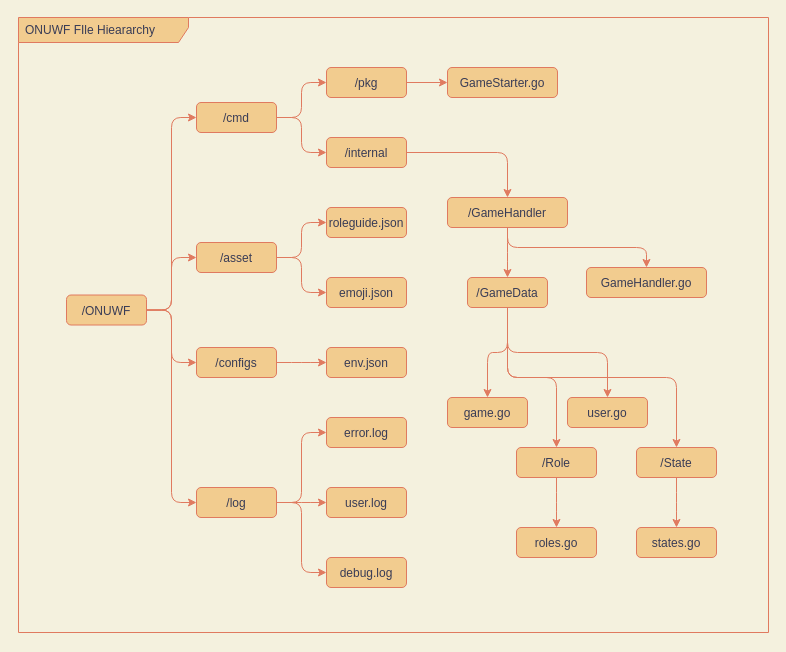
Above: File Hierarchy Diagram.drawio in splkm97/ONUWF (draw.io), before the change. Source tidied: cells renumbered, new cells numbered last; positions are measured from the earlier drawing's top-left corner, leaving out a move shared by most shapes. Both pictures are drawn from the tidied source at 100%, with x=0, y=0 at pixel (18, 17).
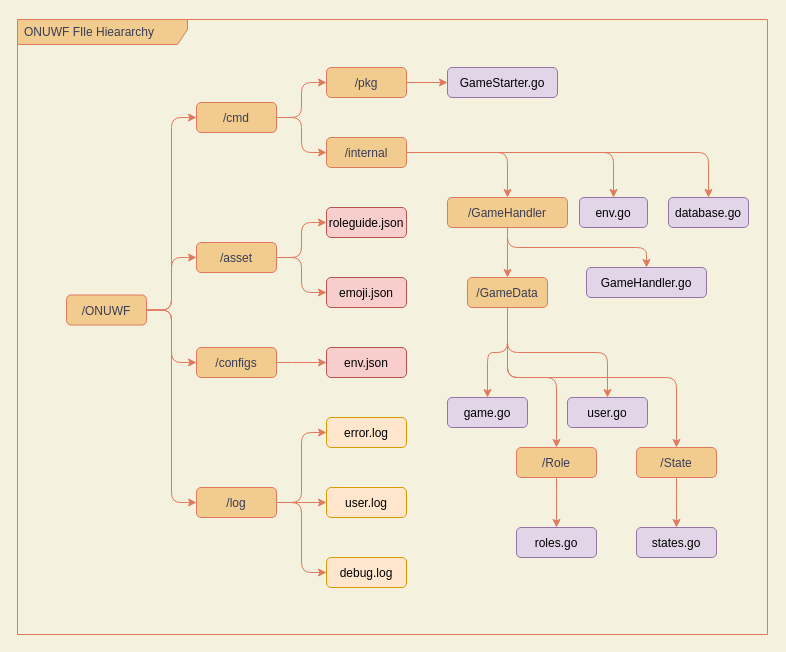
The same page after the edit.

Unchanged cells that the change refers to:
```xml
<mxCell id="9" value="/internal" style="ellipse=1;fillColor=#F2CC8F;strokeColor=#E07A5F;fontColor=#393C56;rounded=1;" parent="1" vertex="1">
  <mxGeometry x="308" y="120" width="80" height="30" as="geometry" />
</mxCell>
```

Diff of the diagram source:
```diff
@@
+    <mxCell id="47" value="ONUWF FIle Hieararchy" style="shape=umlFrame;whiteSpace=wrap;html=1;width=170;height=25;boundedLbl=1;verticalAlign=middle;align=left;spacingLeft=5;fillColor=#F2CC8F;strokeColor=#E07A5F;fontColor=#393C56;rounded=1;" parent="1" vertex="1">
+      <mxGeometry x="-1" y="2" width="750" height="615" as="geometry" />
+    </mxCell>
@@
+    <mxCell id="48" style="edgeStyle=orthogonalEdgeStyle;jettySize=auto;html=1;fontSize=14;entryX=0.5;entryY=0;entryDx=0;entryDy=0;labelBackgroundColor=#F4F1DE;strokeColor=#E07A5F;fontColor=#393C56;" parent="1" edge="1" source="9" target="49">
+      <mxGeometry relative="1" as="geometry" />
+    </mxCell>
@@
-    <mxCell id="13" value="roleguide.json" style="fillColor=#F2CC8F;strokeColor=#E07A5F;fontColor=#393C56;rounded=1;" parent="1" vertex="1">
+    <mxCell id="13" value="roleguide.json" style="fillColor=#f8cecc;strokeColor=#b85450;rounded=1;" parent="1" vertex="1">
       <mxGeometry x="308" y="190" width="80" height="30" as="geometry" />
     </mxCell>
@@
-    <mxCell id="17" value="env.json" style="fillColor=#F2CC8F;strokeColor=#E07A5F;fontColor=#393C56;rounded=1;" parent="1" vertex="1">
+    <mxCell id="17" value="env.json" style="fillColor=#f8cecc;strokeColor=#b85450;rounded=1;" parent="1" vertex="1">
       <mxGeometry x="308" y="330" width="80" height="30" as="geometry" />
     </mxCell>
@@
-    <mxCell id="19" value="emoji.json" style="fillColor=#F2CC8F;strokeColor=#E07A5F;fontColor=#393C56;rounded=1;" parent="1" vertex="1">
+    <mxCell id="19" value="emoji.json" style="fillColor=#f8cecc;strokeColor=#b85450;rounded=1;" parent="1" vertex="1">
       <mxGeometry x="308" y="260" width="80" height="30" as="geometry" />
     </mxCell>
@@
-    <mxCell id="23" value="error.log" style="fillColor=#F2CC8F;strokeColor=#E07A5F;fontColor=#393C56;rounded=1;" parent="1" vertex="1">
+    <mxCell id="23" value="error.log" style="fillColor=#ffe6cc;strokeColor=#d79b00;rounded=1;" parent="1" vertex="1">
       <mxGeometry x="308" y="400" width="80" height="30" as="geometry" />
     </mxCell>
@@
-    <mxCell id="25" value="user.log" style="fillColor=#F2CC8F;strokeColor=#E07A5F;fontColor=#393C56;rounded=1;" parent="1" vertex="1">
+    <mxCell id="25" value="user.log" style="fillColor=#ffe6cc;strokeColor=#d79b00;rounded=1;" parent="1" vertex="1">
       <mxGeometry x="308" y="470" width="80" height="30" as="geometry" />
     </mxCell>
@@
-    <mxCell id="27" value="debug.log" style="fillColor=#F2CC8F;strokeColor=#E07A5F;fontColor=#393C56;rounded=1;" parent="1" vertex="1">
+    <mxCell id="27" value="debug.log" style="fillColor=#ffe6cc;strokeColor=#d79b00;rounded=1;" parent="1" vertex="1">
       <mxGeometry x="308" y="540" width="80" height="30" as="geometry" />
     </mxCell>
@@
-    <mxCell id="29" value="GameStarter.go" style="fillColor=#F2CC8F;strokeColor=#E07A5F;fontColor=#393C56;rounded=1;" parent="1" vertex="1">
+    <mxCell id="29" value="GameStarter.go" style="fillColor=#e1d5e7;strokeColor=#9673a6;rounded=1;" parent="1" vertex="1">
       <mxGeometry x="429" y="50" width="110" height="30" as="geometry" />
     </mxCell>
@@
-    <mxCell id="33" value="GameHandler.go" style="fillColor=#F2CC8F;strokeColor=#E07A5F;fontColor=#393C56;rounded=1;" parent="1" vertex="1">
+    <mxCell id="33" value="GameHandler.go" style="fillColor=#e1d5e7;strokeColor=#9673a6;rounded=1;" parent="1" vertex="1">
       <mxGeometry x="568" y="250" width="120" height="30" as="geometry" />
     </mxCell>
@@
-    <mxCell id="35" value="game.go" style="fillColor=#F2CC8F;strokeColor=#E07A5F;fontColor=#393C56;rounded=1;" parent="1" vertex="1">
+    <mxCell id="35" value="game.go" style="fillColor=#e1d5e7;strokeColor=#9673a6;rounded=1;" parent="1" vertex="1">
       <mxGeometry x="429" y="380" width="80" height="30" as="geometry" />
     </mxCell>
@@
-    <mxCell id="37" value="user.go" style="fillColor=#F2CC8F;strokeColor=#E07A5F;fontColor=#393C56;rounded=1;" parent="1" vertex="1">
+    <mxCell id="37" value="user.go" style="fillColor=#e1d5e7;strokeColor=#9673a6;rounded=1;" parent="1" vertex="1">
       <mxGeometry x="549" y="380" width="80" height="30" as="geometry" />
     </mxCell>
@@
-    <mxCell id="43" value="roles.go" style="fillColor=#F2CC8F;strokeColor=#E07A5F;fontColor=#393C56;rounded=1;" parent="1" vertex="1">
+    <mxCell id="43" value="roles.go" style="fillColor=#e1d5e7;strokeColor=#9673a6;rounded=1;" parent="1" vertex="1">
       <mxGeometry x="498" y="510" width="80" height="30" as="geometry" />
     </mxCell>
@@
-    <mxCell id="45" value="states.go" style="fillColor=#F2CC8F;strokeColor=#E07A5F;fontColor=#393C56;rounded=1;" parent="1" vertex="1">
+    <mxCell id="45" value="states.go" style="fillColor=#e1d5e7;strokeColor=#9673a6;rounded=1;" parent="1" vertex="1">
       <mxGeometry x="618" y="510" width="80" height="30" as="geometry" />
     </mxCell>
@@
-    <mxCell id="47" value="ONUWF FIle Hieararchy" style="shape=umlFrame;whiteSpace=wrap;html=1;width=170;height=25;boundedLbl=1;verticalAlign=middle;align=left;spacingLeft=5;rounded=1;fillColor=#F2CC8F;strokeColor=#E07A5F;fontColor=#393C56;" parent="1" vertex="1">
-      <mxGeometry width="750" height="615" as="geometry" />
-    </mxCell>
+    <mxCell id="49" value="env.go" style="fillColor=#e1d5e7;strokeColor=#9673a6;rounded=1;" parent="1" vertex="1">
+      <mxGeometry x="561" y="180" width="68" height="30" as="geometry" />
+    </mxCell>
+    <mxCell id="50" style="edgeStyle=orthogonalEdgeStyle;jettySize=auto;html=1;fontSize=14;labelBackgroundColor=#F4F1DE;strokeColor=#E07A5F;fontColor=#393C56;entryX=0.5;entryY=0;entryDx=0;entryDy=0;" parent="1" edge="1" source="9" target="51">
+      <mxGeometry relative="1" as="geometry" />
+    </mxCell>
+    <mxCell id="51" value="database.go" style="fillColor=#e1d5e7;strokeColor=#9673a6;rounded=1;" parent="1" vertex="1">
+      <mxGeometry x="650" y="180" width="80" height="30" as="geometry" />
+    </mxCell>
```
